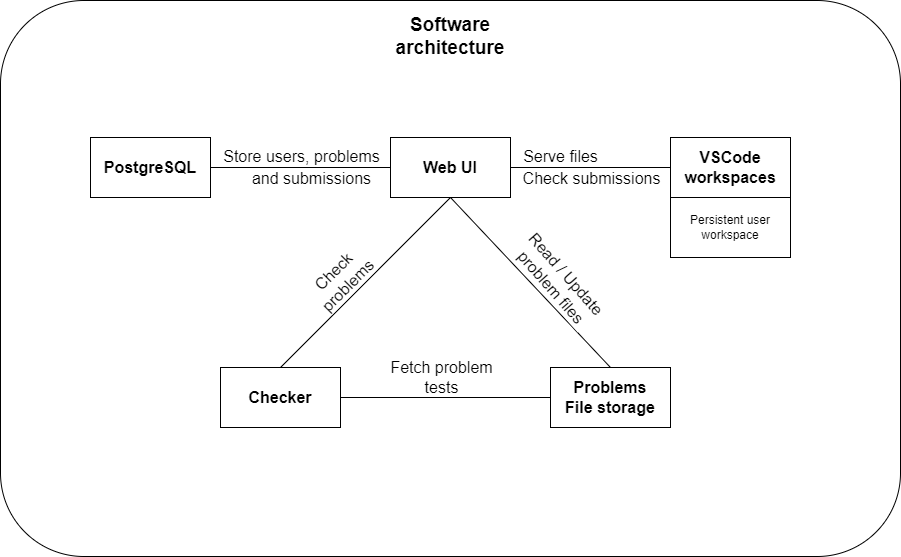
This is photos/software-architecture.png from acadnet-dev/docs, a draw.io export, as it was before one commit. Source tidied: cells renumbered, new cells last; positions are measured from the earlier drawing's top-left corner, leaving out a move shared by most shapes.
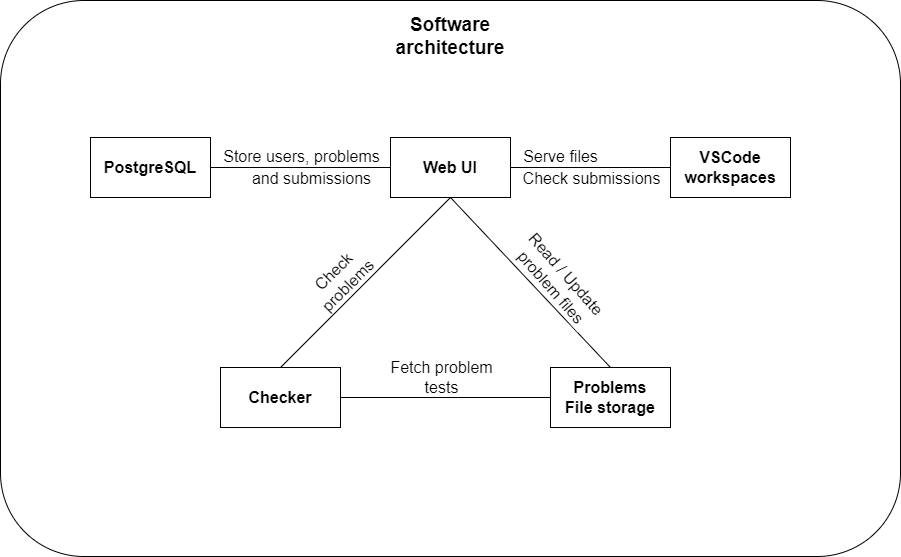
The same file after the commit.

Change to the diagram source:
```diff
@@ -38,9 +38,6 @@
     <mxCell id="11" value="Checker" style="rounded=0;whiteSpace=wrap;html=1;fontStyle=1;fontSize=16;" parent="1" vertex="1">
       <mxGeometry x="220" y="367" width="120" height="60" as="geometry" />
     </mxCell>
-    <mxCell id="12" value="Persistent user workspace" style="rounded=0;whiteSpace=wrap;html=1;" parent="1" vertex="1">
-      <mxGeometry x="670" y="197" width="120" height="60" as="geometry" />
-    </mxCell>
     <mxCell id="13" value="VSCode workspaces" style="rounded=0;whiteSpace=wrap;html=1;fontStyle=1;fontSize=16;" parent="1" vertex="1">
       <mxGeometry x="670" y="137" width="120" height="60" as="geometry" />
     </mxCell>
```
